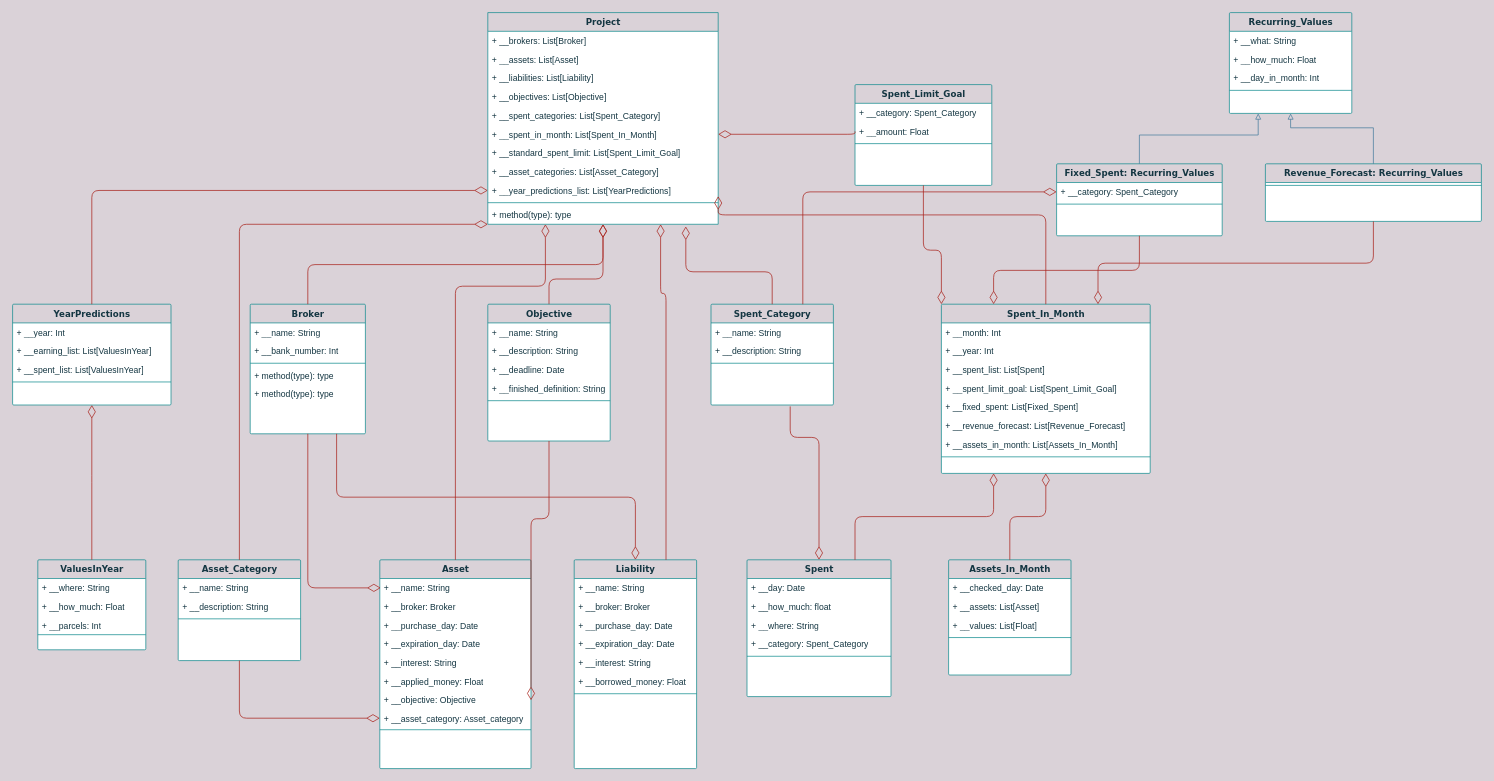
The draw.io diagram Class Diagram.drawio in gusttav-lang/Financial-Controller, before the edit. Source tidied: cells renumbered, new cells numbered last; positions are measured from the earlier drawing's top-left corner, leaving out a move shared by most shapes. Both pictures are drawn from the tidied source at 72%, with x=0, y=0 at pixel (12, 12).
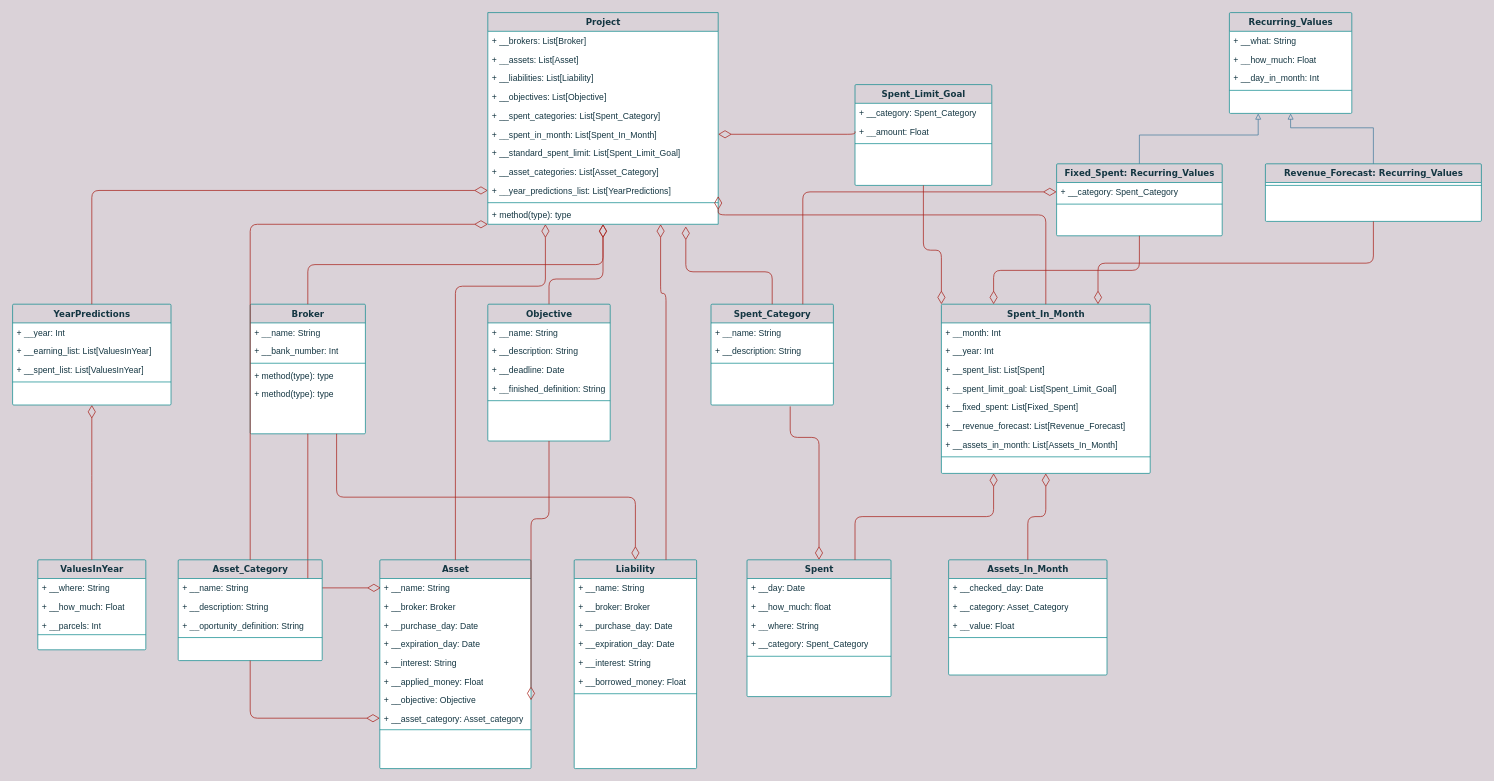
After the change.

Diff of the diagram source:
```diff
@@
     <mxCell id="82" value="Assets_In_Month" style="swimlane;html=1;fontStyle=1;align=center;verticalAlign=top;horizontal=1;startSize=26;swimlaneFillColor=#ffffff;shadow=0;comic=0;labelBackgroundColor=none;strokeWidth=1;fillColor=none;fontFamily=Verdana;fontSize=12;strokeColor=#0F8B8D;fontColor=#143642;rounded=1;arcSize=2;" parent="1" vertex="1">
-      <mxGeometry x="1300" y="760" width="170" height="160" as="geometry" />
+      <mxGeometry x="1300" y="760" width="220" height="160" as="geometry" />
     </mxCell>
     <mxCell id="83" value="+ __checked_day: Date" style="text;html=1;strokeColor=none;fillColor=none;align=left;verticalAlign=top;spacingLeft=4;spacingRight=4;whiteSpace=wrap;overflow=hidden;fontColor=#143642;rounded=1;" parent="82" vertex="1">
-      <mxGeometry y="26" width="170" height="26" as="geometry" />
+      <mxGeometry y="26" width="220" height="26" as="geometry" />
     </mxCell>
-    <mxCell id="84" value="+ __assets: List[Asset]" style="text;html=1;strokeColor=none;fillColor=none;align=left;verticalAlign=top;spacingLeft=4;spacingRight=4;whiteSpace=wrap;overflow=hidden;fontColor=#143642;rounded=1;" parent="82" vertex="1">
-      <mxGeometry y="52" width="170" height="26" as="geometry" />
+    <mxCell id="84" value="+ __category: Asset_Category" style="text;html=1;strokeColor=none;fillColor=none;align=left;verticalAlign=top;spacingLeft=4;spacingRight=4;whiteSpace=wrap;overflow=hidden;fontColor=#143642;rounded=1;" parent="82" vertex="1">
+      <mxGeometry y="52" width="220" height="26" as="geometry" />
     </mxCell>
-    <mxCell id="85" value="+ __values: List[Float]" style="text;html=1;strokeColor=none;fillColor=none;align=left;verticalAlign=top;spacingLeft=4;spacingRight=4;whiteSpace=wrap;overflow=hidden;fontColor=#143642;rounded=1;" parent="82" vertex="1">
-      <mxGeometry y="78" width="170" height="26" as="geometry" />
+    <mxCell id="85" value="+ __value: Float" style="text;html=1;strokeColor=none;fillColor=none;align=left;verticalAlign=top;spacingLeft=4;spacingRight=4;whiteSpace=wrap;overflow=hidden;fontColor=#143642;rounded=1;" parent="82" vertex="1">
+      <mxGeometry y="78" width="220" height="26" as="geometry" />
     </mxCell>
     <mxCell id="86" style="line;html=1;strokeWidth=1;fillColor=none;align=left;verticalAlign=middle;spacingTop=-1;spacingLeft=3;spacingRight=3;labelPosition=right;labelBackgroundColor=#DAD2D8;strokeColor=#0F8B8D;fontColor=#143642;rounded=1;" parent="82" vertex="1">
-      <mxGeometry y="104" width="170" height="8" as="geometry" />
+      <mxGeometry y="104" width="220" height="8" as="geometry" />
     </mxCell>
@@
     <mxCell id="101" value="Asset_Category" style="swimlane;html=1;fontStyle=1;align=center;verticalAlign=top;horizontal=1;startSize=26;swimlaneFillColor=#ffffff;shadow=0;comic=0;labelBackgroundColor=none;strokeWidth=1;fillColor=none;fontFamily=Verdana;fontSize=12;strokeColor=#0F8B8D;fontColor=#143642;rounded=1;arcSize=2;" parent="1" vertex="1">
-      <mxGeometry x="230" y="760" width="170" height="140" as="geometry" />
+      <mxGeometry x="230" y="760" width="200" height="140" as="geometry" />
     </mxCell>
     <mxCell id="102" value="+ __name: String" style="text;html=1;strokeColor=none;fillColor=none;align=left;verticalAlign=top;spacingLeft=4;spacingRight=4;whiteSpace=wrap;overflow=hidden;fontColor=#143642;rounded=1;" parent="101" vertex="1">
-      <mxGeometry y="26" width="170" height="26" as="geometry" />
+      <mxGeometry y="26" width="200" height="26" as="geometry" />
     </mxCell>
     <mxCell id="103" value="+ __description: String" style="text;html=1;strokeColor=none;fillColor=none;align=left;verticalAlign=top;spacingLeft=4;spacingRight=4;whiteSpace=wrap;overflow=hidden;fontColor=#143642;rounded=1;" parent="101" vertex="1">
-      <mxGeometry y="52" width="170" height="26" as="geometry" />
+      <mxGeometry y="52" width="200" height="26" as="geometry" />
     </mxCell>
+    <mxCell id="119" value="+ __oportunity_definition: String" style="text;html=1;strokeColor=none;fillColor=none;align=left;verticalAlign=top;spacingLeft=4;spacingRight=4;whiteSpace=wrap;overflow=hidden;fontColor=#143642;rounded=1;" parent="101" vertex="1">
+      <mxGeometry y="78" width="200" height="26" as="geometry" />
+    </mxCell>
     <mxCell id="104" style="line;html=1;strokeWidth=1;fillColor=none;align=left;verticalAlign=middle;spacingTop=-1;spacingLeft=3;spacingRight=3;labelPosition=right;labelBackgroundColor=#DAD2D8;strokeColor=#0F8B8D;fontColor=#143642;rounded=1;" parent="101" vertex="1">
-      <mxGeometry y="78" width="170" height="8" as="geometry" />
+      <mxGeometry y="104" width="200" height="8" as="geometry" />
     </mxCell>
```
